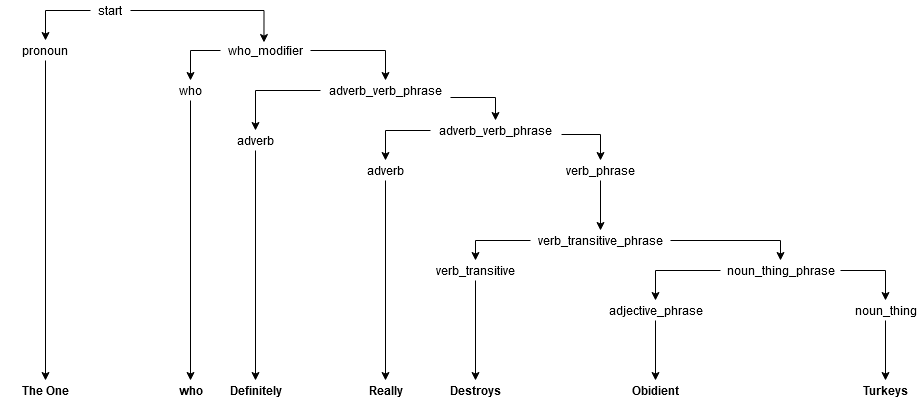
The draw.io diagram img/cfg_example_1.png in graemeCorrin/name-generator, before a commit. Source tidied: cells renumbered, new cells last; positions are measured from the earlier drawing's top-left corner, leaving out a move shared by most shapes. Its diagram source:
```xml
<mxGraphModel>
  <root>
    <mxCell id="0" />
    <mxCell id="1" parent="0" />
    <mxCell id="2" style="edgeStyle=orthogonalEdgeStyle;rounded=0;jettySize=auto;html=1;exitX=0;exitY=0.5;exitDx=0;exitDy=0;entryX=0.5;entryY=0;entryDx=0;entryDy=0;" parent="1" edge="1" source="4" target="6">
      <mxGeometry relative="1" as="geometry" />
    </mxCell>
    <mxCell id="3" style="edgeStyle=orthogonalEdgeStyle;rounded=0;jettySize=auto;html=1;exitX=1;exitY=0.5;exitDx=0;exitDy=0;entryX=0.483;entryY=0.1;entryDx=0;entryDy=0;entryPerimeter=0;" parent="1" edge="1" source="4" target="9">
      <mxGeometry relative="1" as="geometry" />
    </mxCell>
    <mxCell id="4" value="&lt;div&gt;start&lt;/div&gt;" style="text;html=1;strokeColor=none;fillColor=none;align=center;verticalAlign=middle;whiteSpace=wrap;rounded=0;" parent="1" vertex="1">
      <mxGeometry x="90" width="40" height="20" as="geometry" />
    </mxCell>
    <mxCell id="5" style="edgeStyle=orthogonalEdgeStyle;rounded=0;jettySize=auto;html=1;" parent="1" edge="1" source="6" target="10">
      <mxGeometry relative="1" as="geometry" />
    </mxCell>
    <mxCell id="6" value="pronoun" style="text;html=1;strokeColor=none;fillColor=none;align=center;verticalAlign=middle;whiteSpace=wrap;rounded=0;" parent="1" vertex="1">
      <mxGeometry y="40" width="90" height="20" as="geometry" />
    </mxCell>
    <mxCell id="7" style="edgeStyle=orthogonalEdgeStyle;rounded=0;jettySize=auto;html=1;" parent="1" edge="1" source="9" target="12">
      <mxGeometry relative="1" as="geometry" />
    </mxCell>
    <mxCell id="8" style="edgeStyle=orthogonalEdgeStyle;rounded=0;jettySize=auto;html=1;" parent="1" edge="1" source="9" target="15">
      <mxGeometry relative="1" as="geometry" />
    </mxCell>
    <mxCell id="9" value="who_modifier" style="text;html=1;align=center;verticalAlign=middle;points=[];" parent="1" vertex="1">
      <mxGeometry x="220" y="40" width="90" height="20" as="geometry" />
    </mxCell>
    <mxCell id="10" value="&lt;b&gt;The One&lt;/b&gt;" style="text;html=1;strokeColor=none;fillColor=none;align=center;verticalAlign=middle;whiteSpace=wrap;rounded=0;" parent="1" vertex="1">
      <mxGeometry y="380" width="90" height="20" as="geometry" />
    </mxCell>
    <mxCell id="11" style="edgeStyle=orthogonalEdgeStyle;rounded=0;jettySize=auto;html=1;" parent="1" edge="1" source="12" target="37">
      <mxGeometry relative="1" as="geometry" />
    </mxCell>
    <mxCell id="12" value="who" style="text;html=1;align=center;verticalAlign=middle;points=[];" parent="1" vertex="1">
      <mxGeometry x="170" y="80" width="40" height="20" as="geometry" />
    </mxCell>
    <mxCell id="13" style="edgeStyle=orthogonalEdgeStyle;rounded=0;jettySize=auto;html=1;" parent="1" edge="1" source="15" target="17">
      <mxGeometry relative="1" as="geometry" />
    </mxCell>
    <mxCell id="14" style="edgeStyle=orthogonalEdgeStyle;rounded=0;jettySize=auto;html=1;exitX=1;exitY=0.85;exitDx=0;exitDy=0;exitPerimeter=0;" parent="1" edge="1" source="15" target="20">
      <mxGeometry relative="1" as="geometry" />
    </mxCell>
    <mxCell id="15" value="adverb_verb_phrase" style="text;html=1;align=center;verticalAlign=middle;points=[];" parent="1" vertex="1">
      <mxGeometry x="320" y="80" width="130" height="20" as="geometry" />
    </mxCell>
    <mxCell id="16" style="edgeStyle=orthogonalEdgeStyle;rounded=0;jettySize=auto;html=1;" parent="1" edge="1" source="17" target="38">
      <mxGeometry relative="1" as="geometry" />
    </mxCell>
    <mxCell id="17" value="adverb" style="text;html=1;align=center;verticalAlign=middle;points=[];" parent="1" vertex="1">
      <mxGeometry x="230" y="130" width="50" height="20" as="geometry" />
    </mxCell>
    <mxCell id="18" style="edgeStyle=orthogonalEdgeStyle;rounded=0;jettySize=auto;html=1;" parent="1" edge="1" source="20" target="22">
      <mxGeometry relative="1" as="geometry" />
    </mxCell>
    <mxCell id="19" style="edgeStyle=orthogonalEdgeStyle;rounded=0;jettySize=auto;html=1;exitX=1.008;exitY=0.7;exitDx=0;exitDy=0;exitPerimeter=0;" parent="1" edge="1" source="20" target="24">
      <mxGeometry relative="1" as="geometry" />
    </mxCell>
    <mxCell id="20" value="adverb_verb_phrase" style="text;html=1;align=center;verticalAlign=middle;points=[];" parent="1" vertex="1">
      <mxGeometry x="430" y="120" width="130" height="20" as="geometry" />
    </mxCell>
    <mxCell id="21" style="edgeStyle=orthogonalEdgeStyle;rounded=0;jettySize=auto;html=1;" parent="1" edge="1" source="22" target="39">
      <mxGeometry relative="1" as="geometry" />
    </mxCell>
    <mxCell id="22" value="adverb" style="text;html=1;align=center;verticalAlign=middle;points=[];" parent="1" vertex="1">
      <mxGeometry x="360" y="160" width="50" height="20" as="geometry" />
    </mxCell>
    <mxCell id="23" style="edgeStyle=orthogonalEdgeStyle;rounded=0;jettySize=auto;html=1;" parent="1" edge="1" source="24" target="27">
      <mxGeometry relative="1" as="geometry" />
    </mxCell>
    <mxCell id="24" value="verb_phrase" style="text;html=1;align=center;verticalAlign=middle;points=[];" parent="1" vertex="1">
      <mxGeometry x="560" y="160" width="80" height="20" as="geometry" />
    </mxCell>
    <mxCell id="25" style="edgeStyle=orthogonalEdgeStyle;rounded=0;jettySize=auto;html=1;" parent="1" edge="1" source="27" target="29">
      <mxGeometry relative="1" as="geometry" />
    </mxCell>
    <mxCell id="26" style="edgeStyle=orthogonalEdgeStyle;rounded=0;jettySize=auto;html=1;" parent="1" edge="1" source="27" target="32">
      <mxGeometry relative="1" as="geometry" />
    </mxCell>
    <mxCell id="27" value="verb_transitive_phrase" style="text;html=1;align=center;verticalAlign=middle;points=[];" parent="1" vertex="1">
      <mxGeometry x="530" y="230" width="140" height="20" as="geometry" />
    </mxCell>
    <mxCell id="28" style="edgeStyle=orthogonalEdgeStyle;rounded=0;jettySize=auto;html=1;" parent="1" edge="1" source="29" target="40">
      <mxGeometry relative="1" as="geometry" />
    </mxCell>
    <mxCell id="29" value="verb_transitive" style="text;html=1;align=center;verticalAlign=middle;points=[];" parent="1" vertex="1">
      <mxGeometry x="430" y="260" width="90" height="20" as="geometry" />
    </mxCell>
    <mxCell id="30" style="edgeStyle=orthogonalEdgeStyle;rounded=0;jettySize=auto;html=1;" parent="1" edge="1" source="32" target="36">
      <mxGeometry relative="1" as="geometry" />
    </mxCell>
    <mxCell id="31" style="edgeStyle=orthogonalEdgeStyle;rounded=0;jettySize=auto;html=1;" parent="1" edge="1" source="32" target="34">
      <mxGeometry relative="1" as="geometry" />
    </mxCell>
    <mxCell id="32" value="noun_thing_phrase" style="text;html=1;align=center;verticalAlign=middle;points=[];" parent="1" vertex="1">
      <mxGeometry x="720" y="260" width="120" height="20" as="geometry" />
    </mxCell>
    <mxCell id="33" style="edgeStyle=orthogonalEdgeStyle;rounded=0;jettySize=auto;html=1;" parent="1" edge="1" source="34" target="41">
      <mxGeometry relative="1" as="geometry" />
    </mxCell>
    <mxCell id="34" value="adjective_phrase" style="text;html=1;align=center;verticalAlign=middle;points=[];" parent="1" vertex="1">
      <mxGeometry x="600" y="300" width="110" height="20" as="geometry" />
    </mxCell>
    <mxCell id="35" style="edgeStyle=orthogonalEdgeStyle;rounded=0;jettySize=auto;html=1;" parent="1" edge="1" source="36" target="42">
      <mxGeometry relative="1" as="geometry" />
    </mxCell>
    <mxCell id="36" value="noun_thing" style="text;html=1;align=center;verticalAlign=middle;points=[];" parent="1" vertex="1">
      <mxGeometry x="850" y="300" width="70" height="20" as="geometry" />
    </mxCell>
    <mxCell id="37" value="&lt;b&gt;who&lt;/b&gt;" style="text;html=1;align=center;verticalAlign=middle;points=[];" parent="1" vertex="1">
      <mxGeometry x="170" y="380" width="40" height="20" as="geometry" />
    </mxCell>
    <mxCell id="38" value="&lt;b&gt;Definitely&lt;/b&gt;" style="text;html=1;align=center;verticalAlign=middle;points=[];" parent="1" vertex="1">
      <mxGeometry x="220" y="380" width="70" height="20" as="geometry" />
    </mxCell>
    <mxCell id="39" value="&lt;b&gt;Really&lt;/b&gt;" style="text;html=1;align=center;verticalAlign=middle;points=[];" parent="1" vertex="1">
      <mxGeometry x="360" y="380" width="50" height="20" as="geometry" />
    </mxCell>
    <mxCell id="40" value="&lt;b&gt;Destroys&lt;/b&gt;" style="text;html=1;align=center;verticalAlign=middle;points=[];" parent="1" vertex="1">
      <mxGeometry x="440" y="380" width="70" height="20" as="geometry" />
    </mxCell>
    <mxCell id="41" value="&lt;b&gt;Obidient&lt;/b&gt;" style="text;html=1;align=center;verticalAlign=middle;points=[];" parent="1" vertex="1">
      <mxGeometry x="625" y="380" width="60" height="20" as="geometry" />
    </mxCell>
    <mxCell id="42" value="&lt;b&gt;Turkeys&lt;/b&gt;" style="text;html=1;align=center;verticalAlign=middle;points=[];" parent="1" vertex="1">
      <mxGeometry x="855" y="380" width="60" height="20" as="geometry" />
    </mxCell>
  </root>
</mxGraphModel>
```
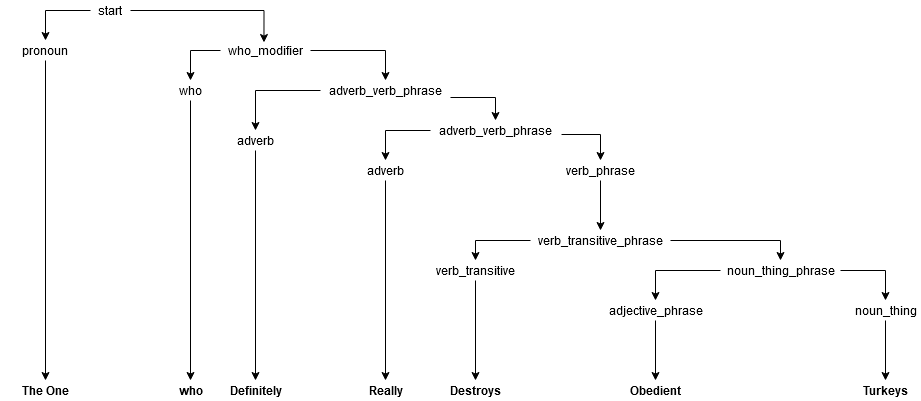
After the change.

Change to the diagram source:
```diff
@@ -119,8 +119,8 @@
     <mxCell id="40" value="&lt;b&gt;Destroys&lt;/b&gt;" style="text;html=1;align=center;verticalAlign=middle;points=[];" parent="1" vertex="1">
       <mxGeometry x="440" y="380" width="70" height="20" as="geometry" />
     </mxCell>
-    <mxCell id="41" value="&lt;b&gt;Obidient&lt;/b&gt;" style="text;html=1;align=center;verticalAlign=middle;points=[];" parent="1" vertex="1">
-      <mxGeometry x="625" y="380" width="60" height="20" as="geometry" />
+    <mxCell id="41" value="&lt;b&gt;Obedient&lt;/b&gt;" style="text;html=1;align=center;verticalAlign=middle;points=[];" parent="1" vertex="1">
+      <mxGeometry x="620" y="380" width="70" height="20" as="geometry" />
     </mxCell>
     <mxCell id="42" value="&lt;b&gt;Turkeys&lt;/b&gt;" style="text;html=1;align=center;verticalAlign=middle;points=[];" parent="1" vertex="1">
       <mxGeometry x="855" y="380" width="60" height="20" as="geometry" />
```
